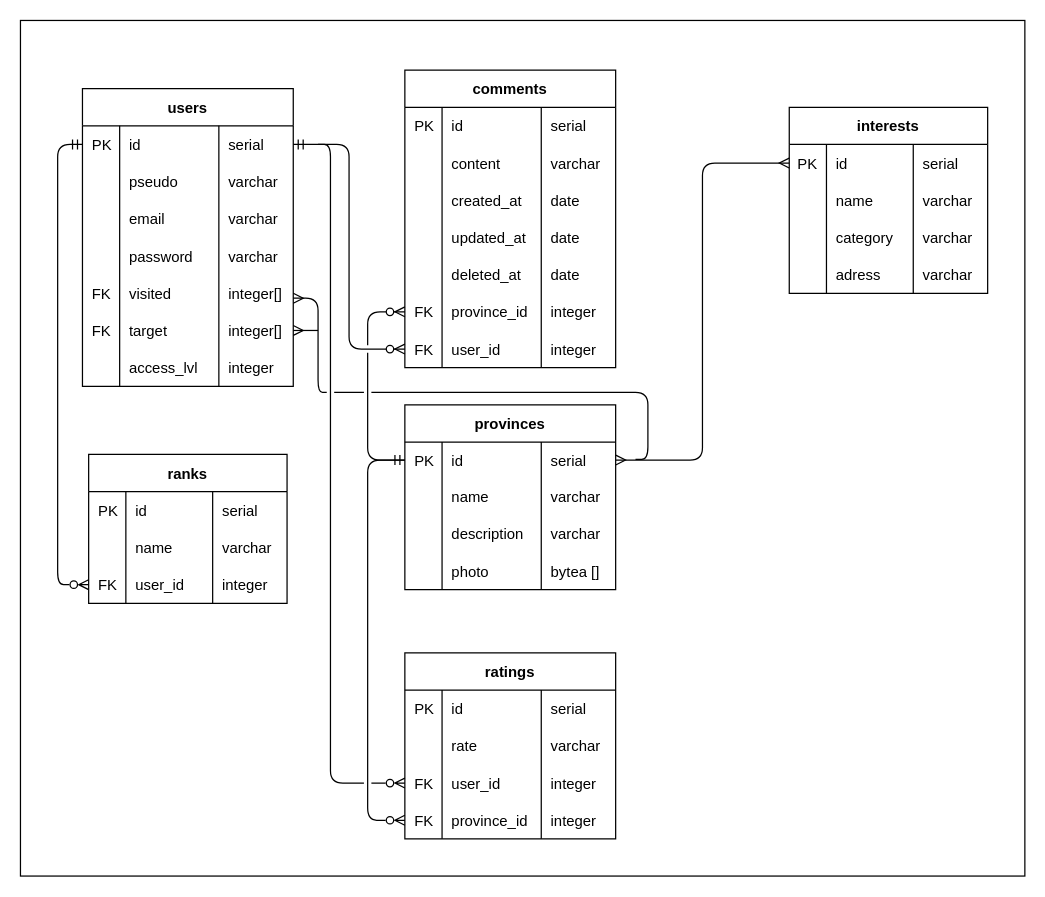
kevinbatard/japan_back keeps this draw.io diagram as conception/ERD.drawio. Above is the earlier version. Source tidied: cells renumbered, new cells numbered last; positions are measured from the earlier drawing's top-left corner, leaving out a move shared by most shapes. Both pictures are drawn from the tidied source at 124%, with x=0, y=0 at pixel (20, 20).
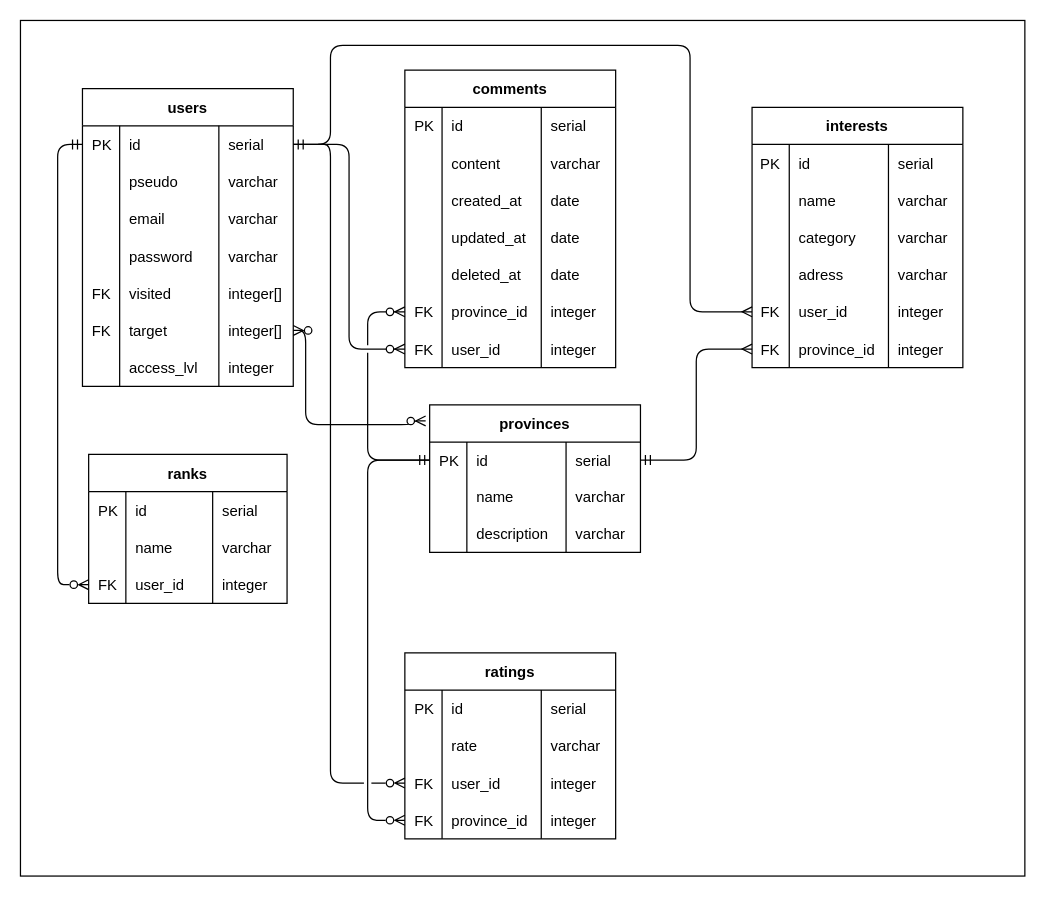
After the change.

Unchanged cells that the change refers to:
```xml
<mxCell id="4" style="shape=tableRow;horizontal=0;startSize=0;swimlaneHead=0;swimlaneBody=0;fillColor=none;points=[[0,0.5],[1,0.5]];portConstraint=eastwest;top=0;left=0;right=0;bottom=0;" parent="3" vertex="1">
  <mxGeometry y="30" width="170" height="30" as="geometry" />
</mxCell>
<mxCell id="24" style="shape=tableRow;horizontal=0;startSize=0;swimlaneHead=0;swimlaneBody=0;fillColor=none;points=[[0,0.5],[1,0.5]];portConstraint=eastwest;top=0;left=0;right=0;bottom=0;" parent="3" vertex="1">
  <mxGeometry y="180" width="170" height="30" as="geometry" />
</mxCell>
<mxCell id="33" style="shape=tableRow;horizontal=0;startSize=0;swimlaneHead=0;swimlaneBody=0;fillColor=none;points=[[0,0.5],[1,0.5]];portConstraint=eastwest;top=0;left=0;right=0;bottom=0;" parent="32" vertex="1">
  <mxGeometry y="30" width="170" height="29" as="geometry" />
</mxCell>
```

The edit, as a diff of the source:
```diff
@@
     <mxCell id="32" value="provinces" style="shape=table;startSize=30;childLayout=tableLayout;rowLines=0;fontStyle=1;align=center;" parent="1" vertex="1">
-      <mxGeometry x="310" y="310" width="170" height="149" as="geometry" />
+      <mxGeometry x="330" y="310" width="170" height="119" as="geometry" />
     </mxCell>
@@
-    <mxCell id="45" style="shape=tableRow;horizontal=0;startSize=0;swimlaneHead=0;swimlaneBody=0;fillColor=none;top=0;left=0;right=0;bottom=0;" parent="32" vertex="1">
-      <mxGeometry y="119" width="170" height="30" as="geometry" />
-    </mxCell>
-    <mxCell id="46" style="shape=partialRectangle;fillColor=none;top=0;left=0;bottom=0;right=0;align=left;spacingLeft=6;overflow=hidden;" parent="45" vertex="1">
-      <mxGeometry width="30" height="30" as="geometry" />
-    </mxCell>
-    <mxCell id="47" value="photo" style="shape=partialRectangle;fillColor=none;top=0;left=0;bottom=0;right=0;align=left;spacingLeft=6;overflow=hidden;" parent="45" vertex="1">
-      <mxGeometry x="30" width="80" height="30" as="geometry" />
-    </mxCell>
-    <mxCell id="48" value="bytea []" style="shape=partialRectangle;fillColor=none;top=0;left=0;bottom=0;right=0;align=left;spacingLeft=6;overflow=hidden;" parent="45" vertex="1">
-      <mxGeometry x="110" width="60" height="30" as="geometry" />
-    </mxCell>
@@
     <mxCell id="113" value="interests" style="shape=table;startSize=30;childLayout=tableLayout;rowLines=0;fontStyle=1;align=center;" parent="1" vertex="1">
-      <mxGeometry x="620" y="70" width="160" height="150" as="geometry" />
+      <mxGeometry x="590" y="70" width="170" height="210" as="geometry" />
     </mxCell>
     <mxCell id="114" style="shape=tableRow;horizontal=0;startSize=0;swimlaneHead=0;swimlaneBody=0;fillColor=none;points=[[0,0.5],[1,0.5]];portConstraint=eastwest;top=0;left=0;right=0;bottom=0;" parent="113" vertex="1">
-      <mxGeometry y="30" width="160" height="30" as="geometry" />
+      <mxGeometry y="30" width="170" height="30" as="geometry" />
     </mxCell>
@@
     <mxCell id="116" value="id" style="shape=partialRectangle;fillColor=none;top=0;left=0;bottom=0;right=0;align=left;spacingLeft=6;overflow=hidden;" parent="114" vertex="1">
-      <mxGeometry x="30" width="70" height="30" as="geometry" />
+      <mxGeometry x="30" width="80" height="30" as="geometry" />
     </mxCell>
     <mxCell id="117" value="serial" style="shape=partialRectangle;fillColor=none;top=0;left=0;bottom=0;right=0;align=left;spacingLeft=6;overflow=hidden;" parent="114" vertex="1">
-      <mxGeometry x="100" width="60" height="30" as="geometry" />
+      <mxGeometry x="110" width="60" height="30" as="geometry" />
     </mxCell>
     <mxCell id="118" style="shape=tableRow;horizontal=0;startSize=0;swimlaneHead=0;swimlaneBody=0;fillColor=none;top=0;left=0;right=0;bottom=0;" parent="113" vertex="1">
-      <mxGeometry y="60" width="160" height="30" as="geometry" />
+      <mxGeometry y="60" width="170" height="30" as="geometry" />
     </mxCell>
@@
     <mxCell id="120" value="name" style="shape=partialRectangle;fillColor=none;top=0;left=0;bottom=0;right=0;align=left;spacingLeft=6;overflow=hidden;" parent="118" vertex="1">
-      <mxGeometry x="30" width="70" height="30" as="geometry" />
+      <mxGeometry x="30" width="80" height="30" as="geometry" />
     </mxCell>
     <mxCell id="121" value="varchar" style="shape=partialRectangle;fillColor=none;top=0;left=0;bottom=0;right=0;align=left;spacingLeft=6;overflow=hidden;" parent="118" vertex="1">
-      <mxGeometry x="100" width="60" height="30" as="geometry" />
+      <mxGeometry x="110" width="60" height="30" as="geometry" />
     </mxCell>
     <mxCell id="122" style="shape=tableRow;horizontal=0;startSize=0;swimlaneHead=0;swimlaneBody=0;fillColor=none;top=0;left=0;right=0;bottom=0;" parent="113" vertex="1">
-      <mxGeometry y="90" width="160" height="30" as="geometry" />
+      <mxGeometry y="90" width="170" height="30" as="geometry" />
     </mxCell>
@@
     <mxCell id="124" value="category" style="shape=partialRectangle;fillColor=none;top=0;left=0;bottom=0;right=0;align=left;spacingLeft=6;overflow=hidden;" parent="122" vertex="1">
-      <mxGeometry x="30" width="70" height="30" as="geometry" />
+      <mxGeometry x="30" width="80" height="30" as="geometry" />
     </mxCell>
     <mxCell id="125" value="varchar" style="shape=partialRectangle;fillColor=none;top=0;left=0;bottom=0;right=0;align=left;spacingLeft=6;overflow=hidden;" parent="122" vertex="1">
-      <mxGeometry x="100" width="60" height="30" as="geometry" />
+      <mxGeometry x="110" width="60" height="30" as="geometry" />
     </mxCell>
     <mxCell id="126" style="shape=tableRow;horizontal=0;startSize=0;swimlaneHead=0;swimlaneBody=0;fillColor=none;top=0;left=0;right=0;bottom=0;" parent="113" vertex="1">
-      <mxGeometry y="120" width="160" height="30" as="geometry" />
+      <mxGeometry y="120" width="170" height="30" as="geometry" />
     </mxCell>
@@
     <mxCell id="128" value="adress" style="shape=partialRectangle;fillColor=none;top=0;left=0;bottom=0;right=0;align=left;spacingLeft=6;overflow=hidden;" parent="126" vertex="1">
-      <mxGeometry x="30" width="70" height="30" as="geometry" />
+      <mxGeometry x="30" width="80" height="30" as="geometry" />
     </mxCell>
     <mxCell id="129" value="varchar" style="shape=partialRectangle;fillColor=none;top=0;left=0;bottom=0;right=0;align=left;spacingLeft=6;overflow=hidden;" parent="126" vertex="1">
-      <mxGeometry x="100" width="60" height="30" as="geometry" />
+      <mxGeometry x="110" width="60" height="30" as="geometry" />
     </mxCell>
+    <mxCell id="133" style="shape=tableRow;horizontal=0;startSize=0;swimlaneHead=0;swimlaneBody=0;fillColor=none;points=[[0,0.5],[1,0.5]];portConstraint=eastwest;top=0;left=0;right=0;bottom=0;" parent="113" vertex="1">
+      <mxGeometry y="150" width="170" height="30" as="geometry" />
+    </mxCell>
+    <mxCell id="134" value="FK" style="shape=partialRectangle;fillColor=none;top=0;left=0;bottom=0;right=0;overflow=hidden;" parent="133" vertex="1">
+      <mxGeometry width="30" height="30" as="geometry" />
+    </mxCell>
+    <mxCell id="135" value="user_id" style="shape=partialRectangle;fillColor=none;top=0;left=0;bottom=0;right=0;align=left;spacingLeft=6;overflow=hidden;" parent="133" vertex="1">
+      <mxGeometry x="30" width="80" height="30" as="geometry" />
+    </mxCell>
+    <mxCell id="136" value="integer" style="shape=partialRectangle;fillColor=none;top=0;left=0;bottom=0;right=0;align=left;spacingLeft=6;overflow=hidden;" parent="133" vertex="1">
+      <mxGeometry x="110" width="60" height="30" as="geometry" />
+    </mxCell>
+    <mxCell id="137" style="shape=tableRow;horizontal=0;startSize=0;swimlaneHead=0;swimlaneBody=0;fillColor=none;points=[[0,0.5],[1,0.5]];portConstraint=eastwest;top=0;left=0;right=0;bottom=0;" parent="113" vertex="1">
+      <mxGeometry y="180" width="170" height="30" as="geometry" />
+    </mxCell>
+    <mxCell id="138" value="FK" style="shape=partialRectangle;fillColor=none;top=0;left=0;bottom=0;right=0;overflow=hidden;" parent="137" vertex="1">
+      <mxGeometry width="30" height="30" as="geometry" />
+    </mxCell>
+    <mxCell id="139" value="province_id" style="shape=partialRectangle;fillColor=none;top=0;left=0;bottom=0;right=0;align=left;spacingLeft=6;overflow=hidden;" parent="137" vertex="1">
+      <mxGeometry x="30" width="80" height="30" as="geometry" />
+    </mxCell>
+    <mxCell id="140" value="integer" style="shape=partialRectangle;fillColor=none;top=0;left=0;bottom=0;right=0;align=left;spacingLeft=6;overflow=hidden;" parent="137" vertex="1">
+      <mxGeometry x="110" width="60" height="30" as="geometry" />
+    </mxCell>
-    <mxCell id="130" style="edgeStyle=orthogonalEdgeStyle;html=1;exitX=1;exitY=0.5;exitDx=0;exitDy=0;entryX=0;entryY=0.5;entryDx=0;entryDy=0;startArrow=ERmany;startFill=0;endArrow=ERmany;endFill=0;jumpStyle=gap;" parent="1" edge="1" source="33" target="114">
+    <mxCell id="130" style="edgeStyle=orthogonalEdgeStyle;html=1;exitX=1;exitY=0.5;exitDx=0;exitDy=0;entryX=0;entryY=0.5;entryDx=0;entryDy=0;startArrow=ERmandOne;startFill=0;endArrow=ERmany;endFill=0;jumpStyle=gap;" parent="1" edge="1" source="33" target="137">
       <mxGeometry relative="1" as="geometry" />
     </mxCell>
-    <mxCell id="131" style="edgeStyle=orthogonalEdgeStyle;html=1;startArrow=none;startFill=0;endArrow=ERmany;endFill=0;jumpStyle=gap;" parent="1" edge="1">
-      <mxGeometry relative="1" as="geometry">
-        <mxPoint x="496" y="354" as="sourcePoint" />
-        <mxPoint x="220" y="224" as="targetPoint" />
-        <Array as="points">
-          <mxPoint x="506" y="354" />
-          <mxPoint x="506" y="300" />
-          <mxPoint x="240" y="300" />
-          <mxPoint x="240" y="224" />
-        </Array>
-      </mxGeometry>
-    </mxCell>
-    <mxCell id="132" style="edgeStyle=none;html=1;exitX=1;exitY=0.5;exitDx=0;exitDy=0;startArrow=ERmany;startFill=0;endArrow=none;endFill=0;" parent="1" edge="1" source="24">
-      <mxGeometry relative="1" as="geometry">
-        <mxPoint x="240" y="250" as="targetPoint" />
-      </mxGeometry>
-    </mxCell>
+    <mxCell id="141" style="edgeStyle=orthogonalEdgeStyle;fontSize=12;html=1;endArrow=ERzeroToMany;endFill=1;startArrow=ERzeroToMany;entryX=-0.019;entryY=0.109;entryDx=0;entryDy=0;entryPerimeter=0;" parent="1" edge="1" target="32">
+      <mxGeometry relative="1" as="geometry">
+        <mxPoint x="220" y="250" as="sourcePoint" />
+        <Array as="points">
+          <mxPoint x="230" y="250" />
+          <mxPoint x="230" y="326" />
+          <mxPoint x="317" y="326" />
+        </Array>
+      </mxGeometry>
+    </mxCell>
+    <mxCell id="142" style="edgeStyle=orthogonalEdgeStyle;html=1;exitX=1;exitY=0.5;exitDx=0;exitDy=0;entryX=0;entryY=0.5;entryDx=0;entryDy=0;endArrow=ERmany;endFill=0;" parent="1" edge="1" source="4" target="133">
+      <mxGeometry relative="1" as="geometry">
+        <Array as="points">
+          <mxPoint x="250" y="100" />
+          <mxPoint x="250" y="20" />
+          <mxPoint x="540" y="20" />
+          <mxPoint x="540" y="235" />
+        </Array>
+      </mxGeometry>
+    </mxCell>
```
